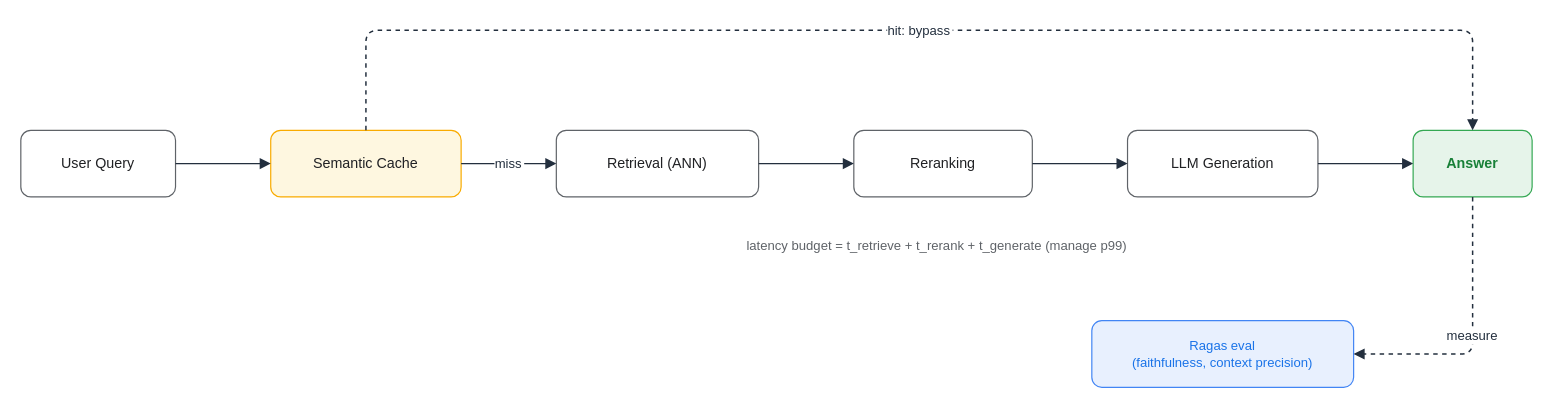
Before: assets/img/ai/rag-06-latency-eval.drawio in KKamJi98/kkamji98.github.io, a draw.io diagram. Source tidied: cells renumbered, new cells numbered last; positions are measured from the earlier drawing's top-left corner, leaving out a move shared by most shapes. Both pictures are drawn from the tidied source at 119%, with x=0, y=0 at pixel (20, 30).
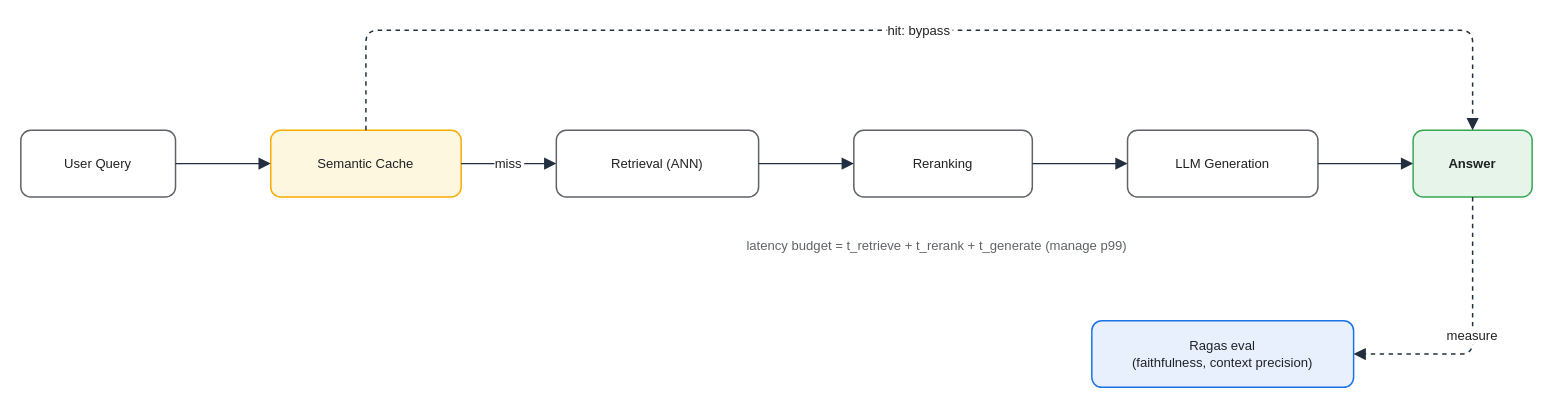
The same diagram, later.

What changed in the source:
```diff
@@
-<mxGraphModel>
+<mxGraphModel background="#FFFFFF">
   <root>
     <mxCell id="0" />
     <mxCell id="1" parent="0" />
-    <mxCell id="2" value="User Query" style="rounded=1;whiteSpace=wrap;html=0;fillColor=#FFFFFF;strokeColor=#5F6368;shadow=0;fontSize=12;fontColor=#202124;" parent="1" vertex="1">
+    <mxCell id="2" value="User Query" style="rounded=1;whiteSpace=wrap;html=0;fillColor=#FFFFFF;strokeColor=#5F6368;shadow=0;fontSize=11;fontColor=#202124;strokeWidth=1.25;" parent="1" vertex="1">
       <mxGeometry y="84" width="130" height="56" as="geometry" />
     </mxCell>
-    <mxCell id="3" value="Semantic Cache" style="rounded=1;whiteSpace=wrap;html=0;fillColor=#FEF7E0;strokeColor=#F9AB00;shadow=0;fontSize=12;fontColor=#202124;" parent="1" vertex="1">
+    <mxCell id="3" value="Semantic Cache" style="rounded=1;whiteSpace=wrap;html=0;fillColor=#FEF7E0;strokeColor=#F9AB00;shadow=0;fontSize=11;fontColor=#202124;strokeWidth=1.25;" parent="1" vertex="1">
       <mxGeometry x="210" y="84" width="160" height="56" as="geometry" />
     </mxCell>
-    <mxCell id="4" value="Retrieval (ANN)" style="rounded=1;whiteSpace=wrap;html=0;fillColor=#FFFFFF;strokeColor=#5F6368;shadow=0;fontSize=12;fontColor=#202124;" parent="1" vertex="1">
+    <mxCell id="4" value="Retrieval (ANN)" style="rounded=1;whiteSpace=wrap;html=0;fillColor=#FFFFFF;strokeColor=#5F6368;shadow=0;fontSize=11;fontColor=#202124;strokeWidth=1.25;" parent="1" vertex="1">
       <mxGeometry x="450" y="84" width="170" height="56" as="geometry" />
     </mxCell>
-    <mxCell id="5" value="Reranking" style="rounded=1;whiteSpace=wrap;html=0;fillColor=#FFFFFF;strokeColor=#5F6368;shadow=0;fontSize=12;fontColor=#202124;" parent="1" vertex="1">
+    <mxCell id="5" value="Reranking" style="rounded=1;whiteSpace=wrap;html=0;fillColor=#FFFFFF;strokeColor=#5F6368;shadow=0;fontSize=11;fontColor=#202124;strokeWidth=1.25;" parent="1" vertex="1">
       <mxGeometry x="700" y="84" width="150" height="56" as="geometry" />
     </mxCell>
-    <mxCell id="6" value="LLM Generation" style="rounded=1;whiteSpace=wrap;html=0;fillColor=#FFFFFF;strokeColor=#5F6368;shadow=0;fontSize=12;fontColor=#202124;" parent="1" vertex="1">
+    <mxCell id="6" value="LLM Generation" style="rounded=1;whiteSpace=wrap;html=0;fillColor=#FFFFFF;strokeColor=#5F6368;shadow=0;fontSize=11;fontColor=#202124;strokeWidth=1.25;" parent="1" vertex="1">
       <mxGeometry x="930" y="84" width="160" height="56" as="geometry" />
     </mxCell>
-    <mxCell id="7" value="Answer" style="rounded=1;whiteSpace=wrap;html=0;fillColor=#E6F4EA;strokeColor=#34A853;shadow=0;fontSize=12;fontColor=#188038;fontStyle=1;" parent="1" vertex="1">
+    <mxCell id="7" value="Answer" style="rounded=1;whiteSpace=wrap;html=0;fillColor=#E6F4EA;strokeColor=#34A853;shadow=0;fontSize=11;fontColor=#202124;fontStyle=1;strokeWidth=1.25;" parent="1" vertex="1">
       <mxGeometry x="1170" y="84" width="100" height="56" as="geometry" />
     </mxCell>
-    <mxCell id="8" value="Ragas eval&#10;(faithfulness, context precision)" style="rounded=1;whiteSpace=wrap;html=0;fillColor=#E8F0FE;strokeColor=#4285F4;shadow=0;fontSize=11;fontColor=#1A73E8;" parent="1" vertex="1">
+    <mxCell id="8" value="Ragas eval&#10;(faithfulness, context precision)" style="rounded=1;whiteSpace=wrap;html=0;fillColor=#E8F0FE;strokeColor=#1A73E8;shadow=0;fontSize=11;fontColor=#202124;strokeWidth=1.25;" parent="1" vertex="1">
       <mxGeometry x="900" y="244" width="220" height="56" as="geometry" />
     </mxCell>
     <mxCell id="9" value="latency budget = t_retrieve + t_rerank + t_generate  (manage p99)" style="text;html=0;align=center;fontSize=11;fontColor=#5F6368;" parent="1" vertex="1">
       <mxGeometry x="450" y="168" width="640" height="24" as="geometry" />
     </mxCell>
-    <mxCell id="10" style="edgeStyle=orthogonalEdgeStyle;rounded=1;html=0;endArrow=block;strokeColor=#232F3E;strokeWidth=1.25;fontColor=#232F3E;" parent="1" edge="1" source="2" target="3">
+    <mxCell id="10" style="edgeStyle=orthogonalEdgeStyle;rounded=1;html=0;endArrow=block;strokeColor=#232F3E;strokeWidth=1.25;fontColor=#202124;endSize=7;" parent="1" edge="1" source="2" target="3">
       <mxGeometry relative="1" as="geometry" />
     </mxCell>
-    <mxCell id="11" value="miss" style="edgeStyle=orthogonalEdgeStyle;rounded=1;html=0;endArrow=block;strokeColor=#232F3E;strokeWidth=1.25;fontColor=#232F3E;fontSize=11;labelBackgroundColor=#FFFFFF;" parent="1" edge="1" source="3" target="4">
+    <mxCell id="11" value="miss" style="edgeStyle=orthogonalEdgeStyle;rounded=1;html=0;endArrow=block;strokeColor=#232F3E;strokeWidth=1.25;fontColor=#202124;fontSize=11;labelBackgroundColor=#FFFFFF;endSize=7;" parent="1" edge="1" source="3" target="4">
       <mxGeometry relative="1" as="geometry" />
     </mxCell>
-    <mxCell id="12" style="edgeStyle=orthogonalEdgeStyle;rounded=1;html=0;endArrow=block;strokeColor=#232F3E;strokeWidth=1.25;fontColor=#232F3E;" parent="1" edge="1" source="4" target="5">
+    <mxCell id="12" style="edgeStyle=orthogonalEdgeStyle;rounded=1;html=0;endArrow=block;strokeColor=#232F3E;strokeWidth=1.25;fontColor=#202124;endSize=7;" parent="1" edge="1" source="4" target="5">
       <mxGeometry relative="1" as="geometry" />
     </mxCell>
-    <mxCell id="13" style="edgeStyle=orthogonalEdgeStyle;rounded=1;html=0;endArrow=block;strokeColor=#232F3E;strokeWidth=1.25;fontColor=#232F3E;" parent="1" edge="1" source="5" target="6">
+    <mxCell id="13" style="edgeStyle=orthogonalEdgeStyle;rounded=1;html=0;endArrow=block;strokeColor=#232F3E;strokeWidth=1.25;fontColor=#202124;endSize=7;" parent="1" edge="1" source="5" target="6">
       <mxGeometry relative="1" as="geometry" />
     </mxCell>
-    <mxCell id="14" style="edgeStyle=orthogonalEdgeStyle;rounded=1;html=0;endArrow=block;strokeColor=#232F3E;strokeWidth=1.25;fontColor=#232F3E;" parent="1" edge="1" source="6" target="7">
+    <mxCell id="14" style="edgeStyle=orthogonalEdgeStyle;rounded=1;html=0;endArrow=block;strokeColor=#232F3E;strokeWidth=1.25;fontColor=#202124;endSize=7;" parent="1" edge="1" source="6" target="7">
       <mxGeometry relative="1" as="geometry" />
     </mxCell>
-    <mxCell id="15" value="hit: bypass" style="edgeStyle=orthogonalEdgeStyle;rounded=1;html=0;endArrow=block;dashed=1;strokeColor=#232F3E;strokeWidth=1.25;fontColor=#232F3E;fontSize=11;labelBackgroundColor=#FFFFFF;exitX=0.5;exitY=0;exitDx=0;exitDy=0;entryX=0.5;entryY=0;entryDx=0;entryDy=0;" parent="1" edge="1" source="3" target="7">
+    <mxCell id="15" value="hit: bypass" style="edgeStyle=orthogonalEdgeStyle;rounded=1;html=0;endArrow=block;dashed=1;strokeColor=#232F3E;strokeWidth=1.25;fontColor=#202124;fontSize=11;labelBackgroundColor=#FFFFFF;exitX=0.5;exitY=0;exitDx=0;exitDy=0;entryX=0.5;entryY=0;entryDx=0;entryDy=0;endSize=7;" parent="1" edge="1" source="3" target="7">
       <mxGeometry relative="1" as="geometry">
         <Array as="points">
           <mxPoint x="290" />
           <mxPoint x="1220" />
         </Array>
       </mxGeometry>
     </mxCell>
-    <mxCell id="16" value="measure" style="edgeStyle=orthogonalEdgeStyle;rounded=1;html=0;endArrow=block;dashed=1;strokeColor=#232F3E;strokeWidth=1.25;fontColor=#232F3E;fontSize=11;labelBackgroundColor=#FFFFFF;exitX=0.5;exitY=1;exitDx=0;exitDy=0;entryX=1;entryY=0.5;entryDx=0;entryDy=0;" parent="1" edge="1" source="7" target="8">
+    <mxCell id="16" value="measure" style="edgeStyle=orthogonalEdgeStyle;rounded=1;html=0;endArrow=block;dashed=1;strokeColor=#232F3E;strokeWidth=1.25;fontColor=#202124;fontSize=11;labelBackgroundColor=#FFFFFF;exitX=0.5;exitY=1;exitDx=0;exitDy=0;entryX=1;entryY=0.5;entryDx=0;entryDy=0;endSize=7;" parent="1" edge="1" source="7" target="8">
       <mxGeometry relative="1" as="geometry">
         <Array as="points">
           <mxPoint x="1220" y="272" />
         </Array>
       </mxGeometry>
     </mxCell>
   </root>
 </mxGraphModel>
```
